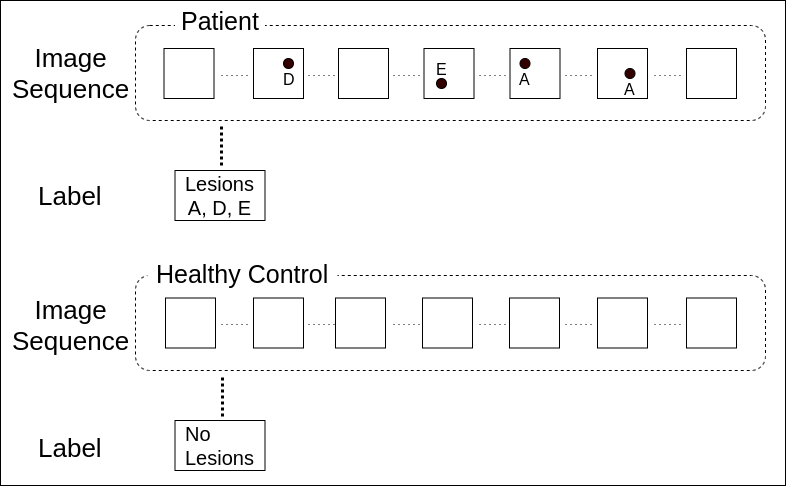
This is fig/ieice0_1.png from shinn1r0/endoscopic_images2karte, a draw.io export, as it was before one commit. Source tidied: cells renumbered, new cells last; positions are measured from the earlier drawing's top-left corner, leaving out a move shared by most shapes.
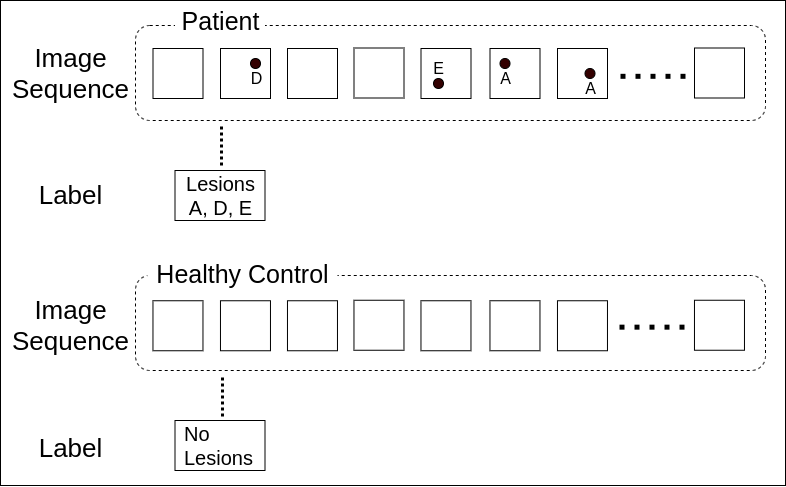
Above is the later version.

The edit, as a diff of the source:
```diff
@@ -9,49 +9,49 @@
       <mxGeometry x="135" y="25" width="630" height="95" as="geometry" />
     </mxCell>
     <mxCell id="4" style="rounded=0;whiteSpace=wrap;html=1;" parent="1" vertex="1">
-      <mxGeometry x="163.5" y="48" width="50" height="50" as="geometry" />
+      <mxGeometry x="152.5" y="48" width="50" height="50" as="geometry" />
     </mxCell>
     <mxCell id="5" style="rounded=0;whiteSpace=wrap;html=1;" parent="1" vertex="1">
-      <mxGeometry x="253" y="48" width="50" height="50" as="geometry" />
+      <mxGeometry x="220" y="48" width="50" height="50" as="geometry" />
     </mxCell>
     <mxCell id="6" style="rounded=0;whiteSpace=wrap;html=1;" parent="1" vertex="1">
-      <mxGeometry x="338" y="48" width="50" height="50" as="geometry" />
+      <mxGeometry x="287" y="48" width="50" height="50" as="geometry" />
     </mxCell>
     <mxCell id="7" style="rounded=0;whiteSpace=wrap;html=1;" parent="1" vertex="1">
-      <mxGeometry x="423.5" y="48" width="50" height="50" as="geometry" />
+      <mxGeometry x="420.5" y="48" width="50" height="50" as="geometry" />
     </mxCell>
     <mxCell id="8" style="rounded=0;whiteSpace=wrap;html=1;" parent="1" vertex="1">
-      <mxGeometry x="509.5" y="48" width="50" height="50" as="geometry" />
+      <mxGeometry x="489.5" y="48" width="50" height="50" as="geometry" />
     </mxCell>
     <mxCell id="9" style="rounded=0;whiteSpace=wrap;html=1;" parent="1" vertex="1">
-      <mxGeometry x="597" y="48" width="50" height="50" as="geometry" />
+      <mxGeometry x="557" y="48" width="50" height="50" as="geometry" />
     </mxCell>
     <mxCell id="10" style="rounded=0;whiteSpace=wrap;html=1;" parent="1" vertex="1">
-      <mxGeometry x="686" y="48" width="50" height="50" as="geometry" />
+      <mxGeometry x="694" y="47.5" width="50" height="50" as="geometry" />
     </mxCell>
     <mxCell id="11" style="ellipse;whiteSpace=wrap;html=1;fillColor=#330000;" parent="1" vertex="1">
-      <mxGeometry x="283" y="58" width="10" height="10" as="geometry" />
+      <mxGeometry x="250" y="58" width="10" height="10" as="geometry" />
     </mxCell>
     <mxCell id="12" style="ellipse;whiteSpace=wrap;html=1;fillColor=#330000;" parent="1" vertex="1">
-      <mxGeometry x="436" y="78" width="10" height="10" as="geometry" />
+      <mxGeometry x="433" y="78" width="10" height="10" as="geometry" />
     </mxCell>
     <mxCell id="13" style="ellipse;whiteSpace=wrap;html=1;fillColor=#330000;" parent="1" vertex="1">
-      <mxGeometry x="519.5" y="58" width="10" height="10" as="geometry" />
+      <mxGeometry x="499.5" y="58" width="10" height="10" as="geometry" />
     </mxCell>
     <mxCell id="14" value="&lt;font style=&quot;font-size: 16px&quot;&gt;D&lt;/font&gt;" style="text;html=1;align=center;verticalAlign=middle;" parent="1" vertex="1">
-      <mxGeometry x="274" y="68" width="30" height="20" as="geometry" />
+      <mxGeometry x="241" y="68" width="30" height="20" as="geometry" />
     </mxCell>
     <mxCell id="15" value="&lt;font style=&quot;font-size: 16px&quot;&gt;E&lt;/font&gt;" style="text;html=1;align=center;verticalAlign=middle;" parent="1" vertex="1">
-      <mxGeometry x="426" y="58" width="30" height="20" as="geometry" />
+      <mxGeometry x="423" y="58" width="30" height="20" as="geometry" />
     </mxCell>
     <mxCell id="16" value="&lt;font style=&quot;font-size: 16px&quot;&gt;A&lt;/font&gt;" style="text;html=1;align=center;verticalAlign=middle;" parent="1" vertex="1">
-      <mxGeometry x="509.5" y="68" width="30" height="20" as="geometry" />
+      <mxGeometry x="489.5" y="68" width="30" height="20" as="geometry" />
     </mxCell>
     <mxCell id="17" style="ellipse;whiteSpace=wrap;html=1;fillColor=#330000;" parent="1" vertex="1">
-      <mxGeometry x="624.5" y="68" width="10" height="10" as="geometry" />
+      <mxGeometry x="584.5" y="68" width="10" height="10" as="geometry" />
     </mxCell>
     <mxCell id="18" value="&lt;font style=&quot;font-size: 16px&quot;&gt;A&lt;/font&gt;" style="text;html=1;align=center;verticalAlign=middle;" parent="1" vertex="1">
-      <mxGeometry x="614.5" y="78" width="30" height="20" as="geometry" />
+      <mxGeometry x="574.5" y="78" width="30" height="20" as="geometry" />
     </mxCell>
     <mxCell id="19" value="&lt;font style=&quot;font-size: 20px&quot;&gt;Lesions&lt;br&gt;A, D, E&lt;/font&gt;" style="text;html=1;align=center;verticalAlign=middle;strokeColor=#000000;" parent="1" vertex="1">
       <mxGeometry x="174.5" y="170" width="90" height="50" as="geometry" />
@@ -59,27 +59,6 @@
     <mxCell id="20" style="rounded=1;whiteSpace=wrap;html=1;fillColor=#FFFFFF;dashed=1;perimeterSpacing=10;" parent="1" vertex="1">
       <mxGeometry x="135" y="275" width="630" height="95" as="geometry" />
     </mxCell>
-    <mxCell id="21" style="rounded=0;whiteSpace=wrap;html=1;" parent="1" vertex="1">
-      <mxGeometry x="165" y="297.5" width="50" height="50" as="geometry" />
-    </mxCell>
-    <mxCell id="22" style="rounded=0;whiteSpace=wrap;html=1;" parent="1" vertex="1">
-      <mxGeometry x="253" y="297.5" width="50" height="50" as="geometry" />
-    </mxCell>
-    <mxCell id="23" style="rounded=0;whiteSpace=wrap;html=1;" parent="1" vertex="1">
-      <mxGeometry x="335" y="297.5" width="50" height="50" as="geometry" />
-    </mxCell>
-    <mxCell id="24" style="rounded=0;whiteSpace=wrap;html=1;" parent="1" vertex="1">
-      <mxGeometry x="422" y="297.5" width="50" height="50" as="geometry" />
-    </mxCell>
-    <mxCell id="25" style="rounded=0;whiteSpace=wrap;html=1;" parent="1" vertex="1">
-      <mxGeometry x="509" y="297.5" width="50" height="50" as="geometry" />
-    </mxCell>
-    <mxCell id="26" style="rounded=0;whiteSpace=wrap;html=1;" parent="1" vertex="1">
-      <mxGeometry x="597" y="297.5" width="50" height="50" as="geometry" />
-    </mxCell>
-    <mxCell id="27" style="rounded=0;whiteSpace=wrap;html=1;" parent="1" vertex="1">
-      <mxGeometry x="686" y="297.5" width="50" height="50" as="geometry" />
-    </mxCell>
     <mxCell id="28" value="&lt;font style=&quot;font-size: 20px&quot;&gt;No&lt;br&gt;Lesions&lt;/font&gt;" style="text;html=1;align=left;verticalAlign=middle;strokeColor=#000000;spacingLeft=7;" parent="1" vertex="1">
       <mxGeometry x="174.5" y="420" width="90" height="50" as="geometry" />
     </mxCell>
@@ -107,83 +86,50 @@
         <mxPoint x="222" y="375" as="targetPoint" />
       </mxGeometry>
     </mxCell>
-    <mxCell id="35" style="endArrow=none;dashed=1;html=1;dashPattern=1 4;strokeWidth=1;" parent="1" edge="1">
-      <mxGeometry relative="1" as="geometry">
-        <mxPoint x="221" y="75" as="sourcePoint" />
-        <mxPoint x="248" y="75" as="targetPoint" />
-      </mxGeometry>
-    </mxCell>
-    <mxCell id="36" style="endArrow=none;dashed=1;html=1;dashPattern=1 4;strokeWidth=1;" parent="1" edge="1">
-      <mxGeometry relative="1" as="geometry">
-        <mxPoint x="308" y="75" as="sourcePoint" />
-        <mxPoint x="335" y="75" as="targetPoint" />
-      </mxGeometry>
-    </mxCell>
-    <mxCell id="37" style="endArrow=none;dashed=1;html=1;dashPattern=1 4;strokeWidth=1;" parent="1" edge="1">
-      <mxGeometry relative="1" as="geometry">
-        <mxPoint x="393" y="75" as="sourcePoint" />
-        <mxPoint x="420" y="75" as="targetPoint" />
-      </mxGeometry>
-    </mxCell>
-    <mxCell id="38" style="endArrow=none;dashed=1;html=1;dashPattern=1 4;strokeWidth=1;" parent="1" edge="1">
-      <mxGeometry relative="1" as="geometry">
-        <mxPoint x="479" y="75" as="sourcePoint" />
-        <mxPoint x="506" y="75" as="targetPoint" />
-      </mxGeometry>
-    </mxCell>
-    <mxCell id="39" style="endArrow=none;dashed=1;html=1;dashPattern=1 4;strokeWidth=1;" parent="1" edge="1">
-      <mxGeometry relative="1" as="geometry">
-        <mxPoint x="565" y="75" as="sourcePoint" />
-        <mxPoint x="592" y="75" as="targetPoint" />
-      </mxGeometry>
-    </mxCell>
-    <mxCell id="40" style="endArrow=none;dashed=1;html=1;dashPattern=1 4;strokeWidth=1;" parent="1" edge="1">
-      <mxGeometry relative="1" as="geometry">
-        <mxPoint x="654" y="75" as="sourcePoint" />
-        <mxPoint x="681" y="75" as="targetPoint" />
-      </mxGeometry>
-    </mxCell>
-    <mxCell id="41" style="endArrow=none;dashed=1;html=1;dashPattern=1 4;strokeWidth=1;" parent="1" edge="1">
-      <mxGeometry relative="1" as="geometry">
-        <mxPoint x="221" y="324" as="sourcePoint" />
-        <mxPoint x="248" y="324" as="targetPoint" />
-      </mxGeometry>
-    </mxCell>
-    <mxCell id="42" style="endArrow=none;dashed=1;html=1;dashPattern=1 4;strokeWidth=1;" parent="1" edge="1">
-      <mxGeometry relative="1" as="geometry">
-        <mxPoint x="308" y="324" as="sourcePoint" />
-        <mxPoint x="335" y="324" as="targetPoint" />
-      </mxGeometry>
-    </mxCell>
-    <mxCell id="43" style="endArrow=none;dashed=1;html=1;dashPattern=1 4;strokeWidth=1;" parent="1" edge="1">
-      <mxGeometry relative="1" as="geometry">
-        <mxPoint x="393" y="324" as="sourcePoint" />
-        <mxPoint x="420" y="324" as="targetPoint" />
-      </mxGeometry>
-    </mxCell>
-    <mxCell id="44" style="endArrow=none;dashed=1;html=1;dashPattern=1 4;strokeWidth=1;" parent="1" edge="1">
-      <mxGeometry relative="1" as="geometry">
-        <mxPoint x="479" y="324" as="sourcePoint" />
-        <mxPoint x="506" y="324" as="targetPoint" />
-      </mxGeometry>
-    </mxCell>
-    <mxCell id="45" style="endArrow=none;dashed=1;html=1;dashPattern=1 4;strokeWidth=1;" parent="1" edge="1">
-      <mxGeometry relative="1" as="geometry">
-        <mxPoint x="565" y="324" as="sourcePoint" />
-        <mxPoint x="592" y="324" as="targetPoint" />
-      </mxGeometry>
-    </mxCell>
-    <mxCell id="46" style="endArrow=none;dashed=1;html=1;dashPattern=1 4;strokeWidth=1;" parent="1" edge="1">
-      <mxGeometry relative="1" as="geometry">
-        <mxPoint x="654" y="324" as="sourcePoint" />
-        <mxPoint x="681" y="324" as="targetPoint" />
-      </mxGeometry>
-    </mxCell>
     <mxCell id="47" value="&lt;font style=&quot;font-size: 26px&quot;&gt;Image&lt;br&gt;Sequence&lt;br&gt;&lt;/font&gt;" style="text;html=1;align=center;verticalAlign=middle;" parent="1" vertex="1">
       <mxGeometry x="5" y="305" width="130" height="40" as="geometry" />
     </mxCell>
     <mxCell id="48" value="&lt;font&gt;&lt;font style=&quot;font-size: 26px&quot;&gt;Label&lt;/font&gt;&lt;br&gt;&lt;/font&gt;" style="text;html=1;align=center;verticalAlign=middle;" parent="1" vertex="1">
       <mxGeometry x="30" y="437.5" width="80" height="20" as="geometry" />
     </mxCell>
+    <mxCell id="49" style="rounded=0;whiteSpace=wrap;html=1;" parent="1" vertex="1">
+      <mxGeometry x="353.5" y="47.5" width="50" height="50" as="geometry" />
+    </mxCell>
+    <mxCell id="50" style="endArrow=none;dashed=1;html=1;dashPattern=1 2;strokeWidth=5;" parent="1" edge="1">
+      <mxGeometry relative="1" as="geometry">
+        <mxPoint x="620" y="75.8" as="sourcePoint" />
+        <mxPoint x="690" y="75.8" as="targetPoint" />
+      </mxGeometry>
+    </mxCell>
+    <mxCell id="51" style="rounded=0;whiteSpace=wrap;html=1;" parent="1" vertex="1">
+      <mxGeometry x="152.5" y="300.2" width="50" height="50" as="geometry" />
+    </mxCell>
+    <mxCell id="52" style="rounded=0;whiteSpace=wrap;html=1;" parent="1" vertex="1">
+      <mxGeometry x="220" y="300.2" width="50" height="50" as="geometry" />
+    </mxCell>
+    <mxCell id="53" style="rounded=0;whiteSpace=wrap;html=1;" parent="1" vertex="1">
+      <mxGeometry x="287" y="300.2" width="50" height="50" as="geometry" />
+    </mxCell>
+    <mxCell id="54" style="rounded=0;whiteSpace=wrap;html=1;" parent="1" vertex="1">
+      <mxGeometry x="420.5" y="300.2" width="50" height="50" as="geometry" />
+    </mxCell>
+    <mxCell id="55" style="rounded=0;whiteSpace=wrap;html=1;" parent="1" vertex="1">
+      <mxGeometry x="489.5" y="300.2" width="50" height="50" as="geometry" />
+    </mxCell>
+    <mxCell id="56" style="rounded=0;whiteSpace=wrap;html=1;" parent="1" vertex="1">
+      <mxGeometry x="557" y="300.2" width="50" height="50" as="geometry" />
+    </mxCell>
+    <mxCell id="57" style="rounded=0;whiteSpace=wrap;html=1;" parent="1" vertex="1">
+      <mxGeometry x="694" y="299.8" width="50" height="50" as="geometry" />
+    </mxCell>
+    <mxCell id="58" style="rounded=0;whiteSpace=wrap;html=1;" parent="1" vertex="1">
+      <mxGeometry x="353.5" y="299.8" width="50" height="50" as="geometry" />
+    </mxCell>
+    <mxCell id="59" style="endArrow=none;dashed=1;html=1;dashPattern=1 2;strokeWidth=5;" parent="1" edge="1">
+      <mxGeometry relative="1" as="geometry">
+        <mxPoint x="619" y="326.7" as="sourcePoint" />
+        <mxPoint x="689" y="326.7" as="targetPoint" />
+      </mxGeometry>
+    </mxCell>
   </root>
 </mxGraphModel>
```
